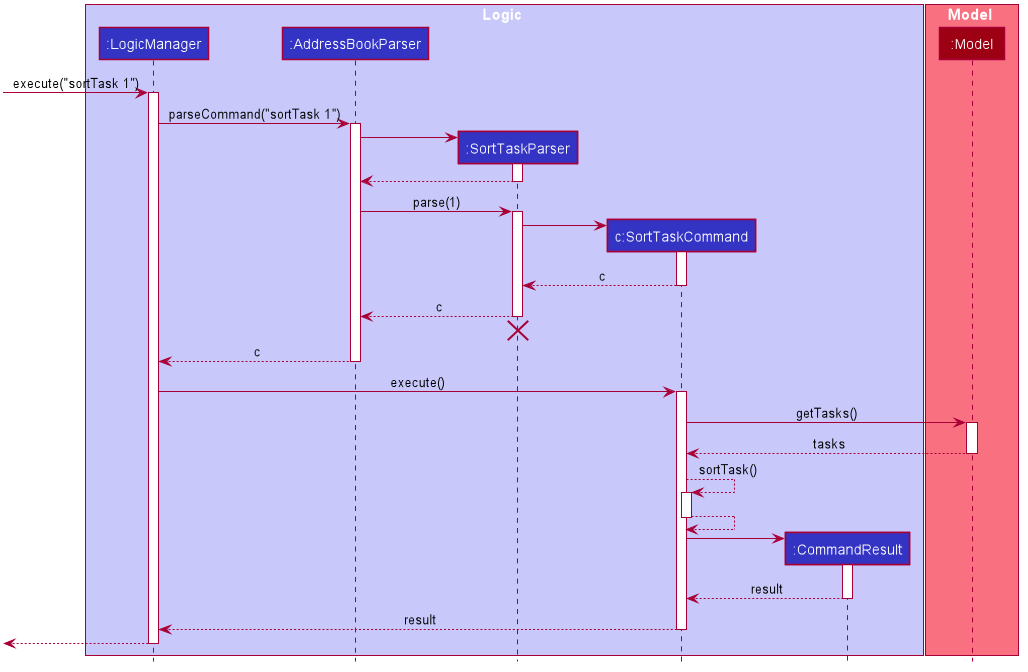
The PlantUML diagram docs/images/SortTaskSequenceDiagram.png in fadisng/main, before a commit.
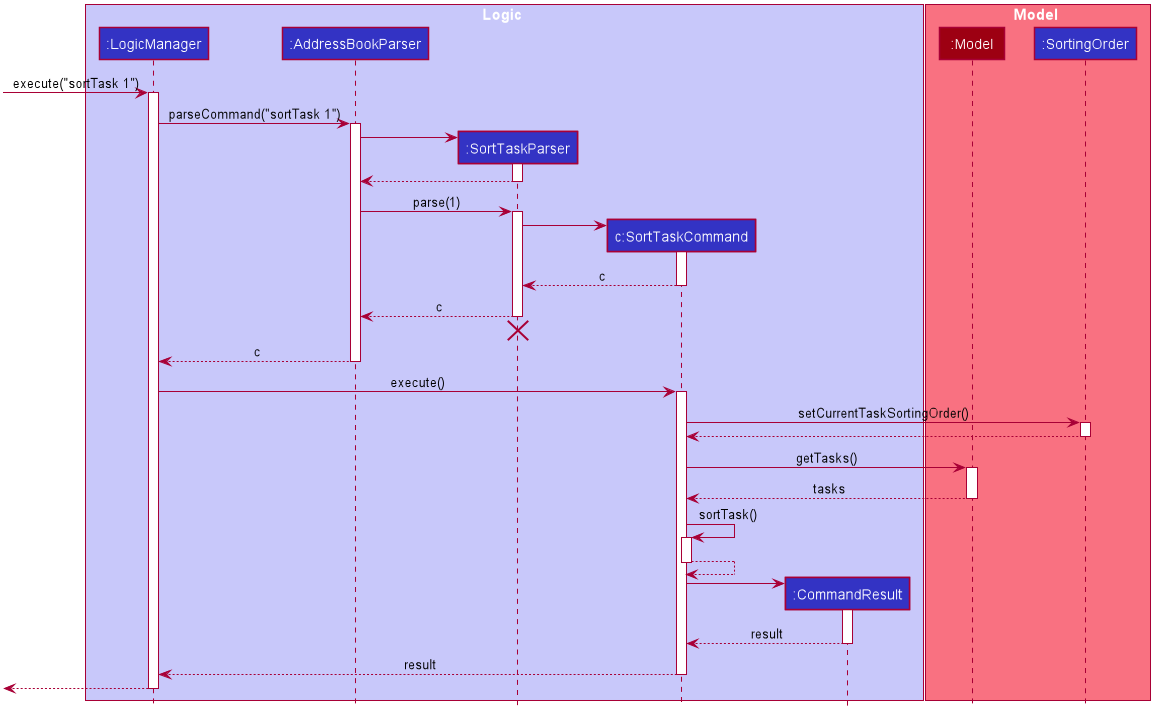
After the change.

The edit, as a diff of the source:
```diff
@@ -58,6 +58,7 @@
 
 box Model #F97181
 participant ":Model" as Model #9D0012
+participant ":SortingOrder" as SortingOrder #3333C4
 end box
 
 [-> LogicManager : execute("sortTask 1")
@@ -94,13 +95,19 @@
 LogicManager -> SortTaskCommand : execute()
 activate SortTaskCommand
 
+SortTaskCommand -> SortingOrder : setCurrentTaskSortingOrder()
+activate SortingOrder
+
+SortingOrder --> SortTaskCommand
+deactivate SortingOrder
+
 SortTaskCommand -> Model : getTasks()
 activate Model
 
 Model --> SortTaskCommand : tasks
 deactivate Model
 
-SortTaskCommand --> SortTaskCommand : sortTask()
+SortTaskCommand -> SortTaskCommand : sortTask()
 activate SortTaskCommand
 SortTaskCommand --> SortTaskCommand
 deactivate SortTaskCommand
```
